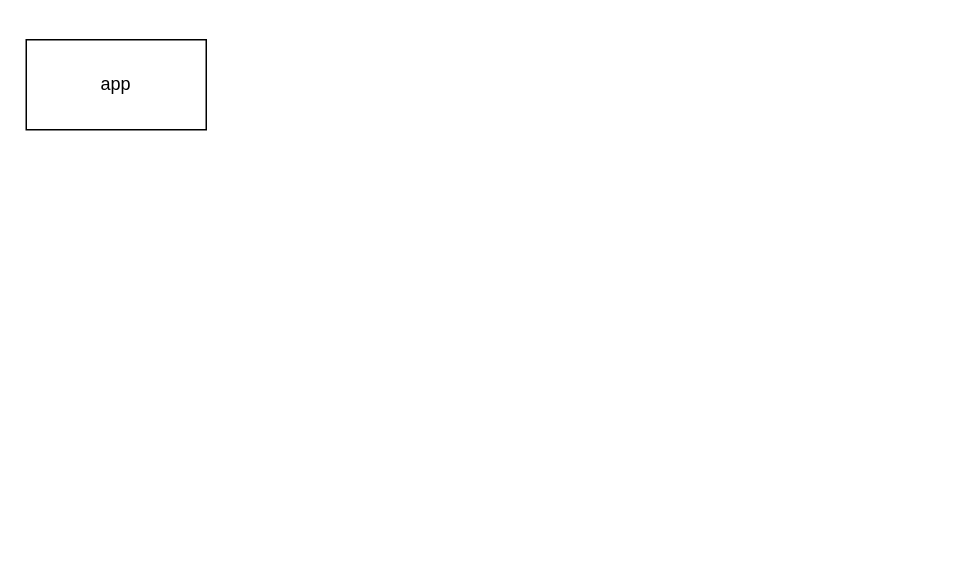
Above: page "第 1 页" (1 of 2) of IP_CT_NAT.drawio in enzoyes/desginsindraw (draw.io), before the change. Source tidied: cells renumbered, new cells numbered last; positions are measured from the earlier drawing's top-left corner, leaving out a move shared by most shapes. Both pictures are drawn from the tidied source at 150%, with x=0, y=0 at pixel (26, 39).
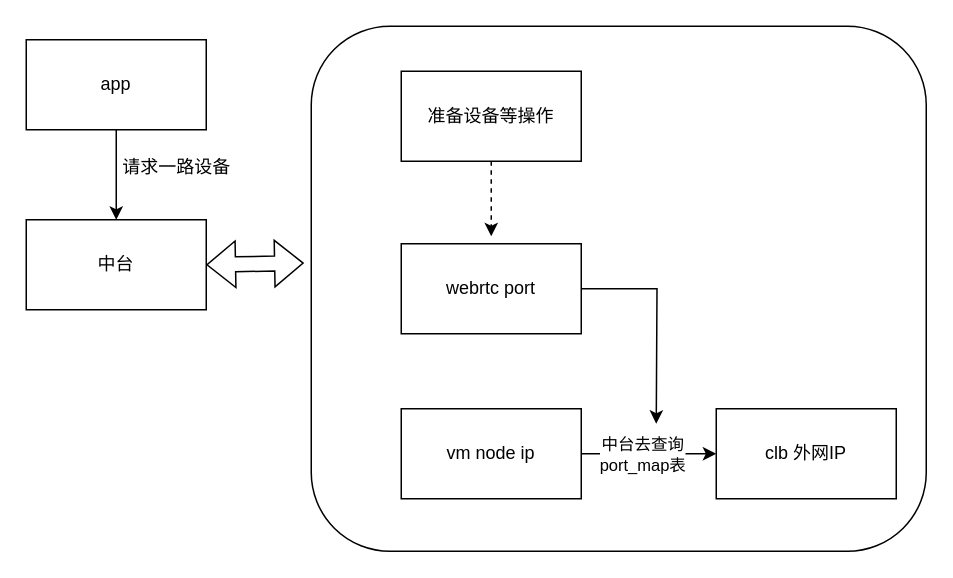
Above is the later version.

Change to the diagram source:
```diff
@@
 <mxGraphModel>
   <root>
     <mxCell id="0" />
     <mxCell id="1" parent="0" />
+    <mxCell id="3" style="rounded=1;whiteSpace=wrap;html=1;" parent="1" vertex="1">
+      <mxGeometry x="190" y="-9" width="410" height="350" as="geometry" />
+    </mxCell>
+    <mxCell id="4" style="edgeStyle=orthogonalEdgeStyle;rounded=0;jettySize=auto;html=1;" parent="1" edge="1" source="2" target="11">
+      <mxGeometry relative="1" as="geometry" />
+    </mxCell>
     <mxCell id="2" value="app" style="rounded=0;whiteSpace=wrap;html=1;" parent="1" vertex="1">
       <mxGeometry width="120" height="60" as="geometry" />
     </mxCell>
+    <mxCell id="5" style="edgeStyle=orthogonalEdgeStyle;rounded=0;jettySize=auto;html=1;entryX=0;entryY=0.5;entryDx=0;entryDy=0;" parent="1" edge="1" source="7" target="8">
+      <mxGeometry relative="1" as="geometry" />
+    </mxCell>
+    <mxCell id="6" value="中台去查询&lt;br&gt;port_map表" style="edgeLabel;html=1;align=center;verticalAlign=middle;" parent="5" vertex="1">
+      <mxGeometry x="-0.22" y="1" relative="1" as="geometry">
+        <mxPoint x="5" y="1" as="offset" />
+      </mxGeometry>
+    </mxCell>
+    <mxCell id="7" value="vm node ip" style="rounded=0;whiteSpace=wrap;html=1;" parent="1" vertex="1">
+      <mxGeometry x="250" y="246" width="120" height="60" as="geometry" />
+    </mxCell>
+    <mxCell id="8" value="clb 外网IP" style="rounded=0;whiteSpace=wrap;html=1;" parent="1" vertex="1">
+      <mxGeometry x="460" y="246" width="120" height="60" as="geometry" />
+    </mxCell>
+    <mxCell id="9" style="edgeStyle=orthogonalEdgeStyle;rounded=0;jettySize=auto;html=1;" parent="1" edge="1" source="10">
+      <mxGeometry relative="1" as="geometry">
+        <mxPoint x="420" y="256" as="targetPoint" />
+      </mxGeometry>
+    </mxCell>
+    <mxCell id="10" value="webrtc port" style="rounded=0;whiteSpace=wrap;html=1;" parent="1" vertex="1">
+      <mxGeometry x="250" y="136" width="120" height="60" as="geometry" />
+    </mxCell>
+    <mxCell id="11" value="中台" style="rounded=0;whiteSpace=wrap;html=1;" parent="1" vertex="1">
+      <mxGeometry y="120" width="120" height="60" as="geometry" />
+    </mxCell>
+    <mxCell id="12" value="请求一路设备" style="text;html=1;align=center;verticalAlign=middle;strokeColor=none;fillColor=none;" parent="1" vertex="1">
+      <mxGeometry x="50" y="70" width="100" height="30" as="geometry" />
+    </mxCell>
+    <mxCell id="13" style="edgeStyle=orthogonalEdgeStyle;rounded=0;jettySize=auto;html=1;dashed=1;" parent="1" edge="1" source="14">
+      <mxGeometry relative="1" as="geometry">
+        <mxPoint x="310" y="131" as="targetPoint" />
+      </mxGeometry>
+    </mxCell>
+    <mxCell id="14" value="准备设备等操作" style="rounded=0;whiteSpace=wrap;html=1;" parent="1" vertex="1">
+      <mxGeometry x="250" y="21" width="120" height="60" as="geometry" />
+    </mxCell>
+    <mxCell id="15" style="shape=flexArrow;endArrow=classic;startArrow=classic;html=1;rounded=0;entryX=-0.012;entryY=0.451;entryDx=0;entryDy=0;entryPerimeter=0;exitX=1;exitY=0.5;exitDx=0;exitDy=0;" parent="1" edge="1" source="11" target="3">
+      <mxGeometry relative="1" as="geometry" />
+    </mxCell>
   </root>
 </mxGraphModel>
```
